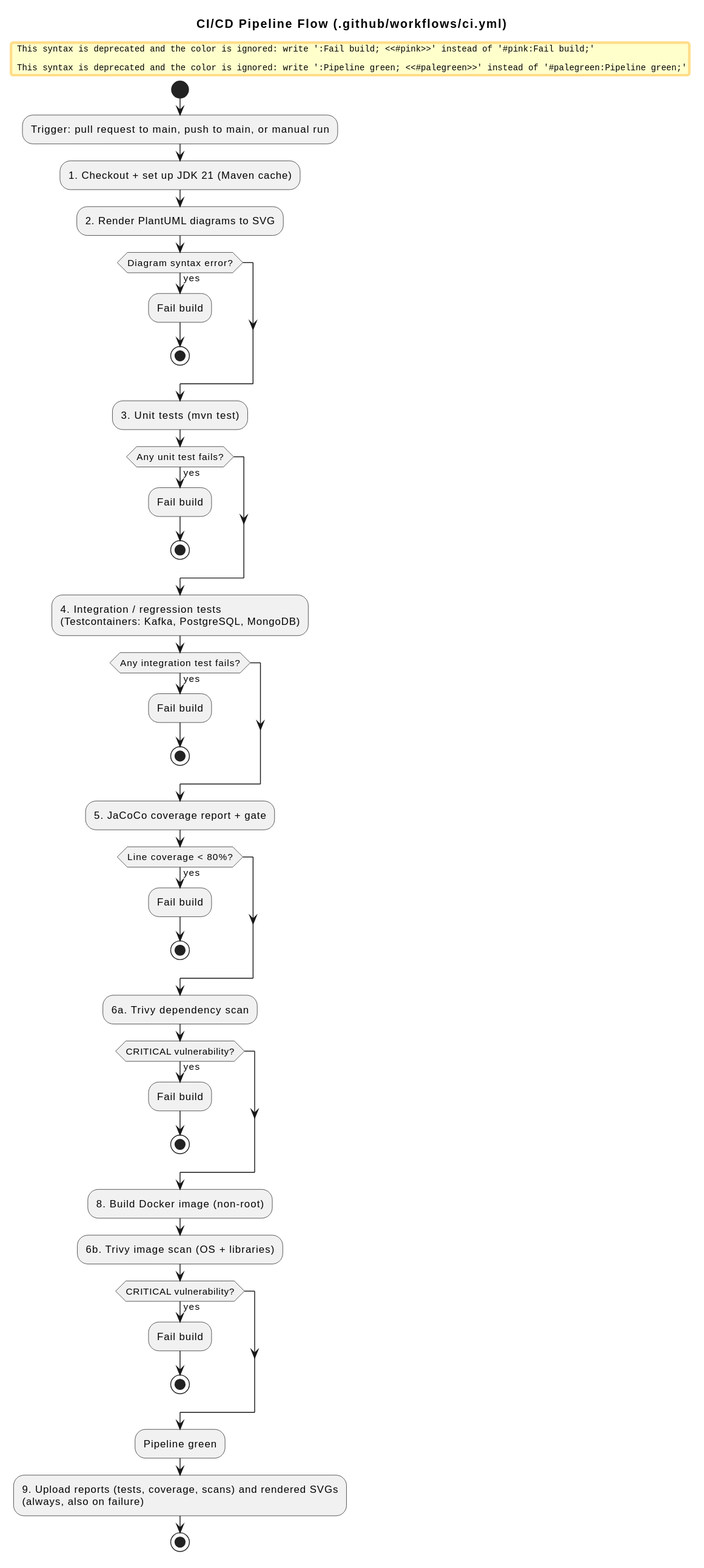
Before: docs/diagrams/out/04-activity-ci-pipeline.svg, a diagram exported from PlantUML (kuldipkumar/Trade-store). Its diagram source:
```plantuml
@startuml
title CI/CD Pipeline Flow (.github/workflows/ci.yml)

start
:Trigger: pull request to main, push to main, or manual run;
:1. Checkout + set up JDK 21 (Maven cache);
:2. Render PlantUML diagrams to SVG;
if (Diagram syntax error?) then (yes)
  #pink:Fail build;
  stop
endif
:3. Unit tests (mvn test);
if (Any unit test fails?) then (yes)
  #pink:Fail build;
  stop
endif
:4. Integration / regression tests\n(Testcontainers: Kafka, PostgreSQL, MongoDB);
if (Any integration test fails?) then (yes)
  #pink:Fail build;
  stop
endif
:5. JaCoCo coverage report + gate;
if (Line coverage < 80%?) then (yes)
  #pink:Fail build;
  stop
endif
:6a. Trivy dependency scan;
if (CRITICAL vulnerability?) then (yes)
  #pink:Fail build;
  stop
endif
:8. Build Docker image (non-root);
:6b. Trivy image scan (OS + libraries);
if (CRITICAL vulnerability?) then (yes)
  #pink:Fail build;
  stop
endif
#palegreen:Pipeline green;
:9. Upload reports (tests, coverage, scans) and rendered SVGs\n(always, also on failure);
stop
@enduml
```
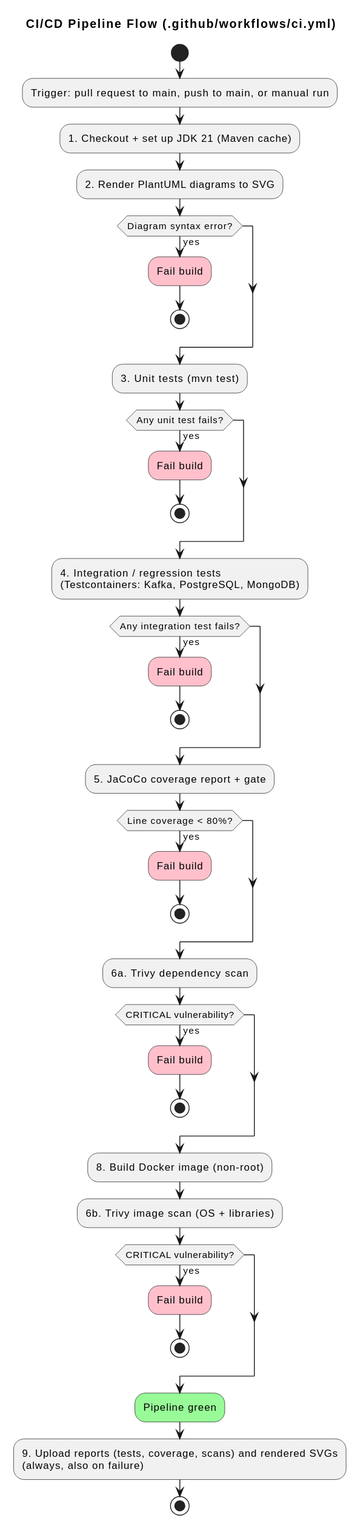
After the change.

Commit message:
docs: US-601 use current PlantUML colour syntax in pipeline diagram

What changed in the source:
```diff
@@ -6,36 +6,36 @@
 :1. Checkout + set up JDK 21 (Maven cache);
 :2. Render PlantUML diagrams to SVG;
 if (Diagram syntax error?) then (yes)
-  #pink:Fail build;
+  :Fail build; <<#pink>>
   stop
 endif
 :3. Unit tests (mvn test);
 if (Any unit test fails?) then (yes)
-  #pink:Fail build;
+  :Fail build; <<#pink>>
   stop
 endif
 :4. Integration / regression tests\n(Testcontainers: Kafka, PostgreSQL, MongoDB);
 if (Any integration test fails?) then (yes)
-  #pink:Fail build;
+  :Fail build; <<#pink>>
   stop
 endif
 :5. JaCoCo coverage report + gate;
 if (Line coverage < 80%?) then (yes)
-  #pink:Fail build;
+  :Fail build; <<#pink>>
   stop
 endif
 :6a. Trivy dependency scan;
 if (CRITICAL vulnerability?) then (yes)
-  #pink:Fail build;
+  :Fail build; <<#pink>>
   stop
 endif
 :8. Build Docker image (non-root);
 :6b. Trivy image scan (OS + libraries);
 if (CRITICAL vulnerability?) then (yes)
-  #pink:Fail build;
+  :Fail build; <<#pink>>
   stop
 endif
-#palegreen:Pipeline green;
+:Pipeline green; <<#palegreen>>
 :9. Upload reports (tests, coverage, scans) and rendered SVGs\n(always, also on failure);
 stop
 @enduml
```
